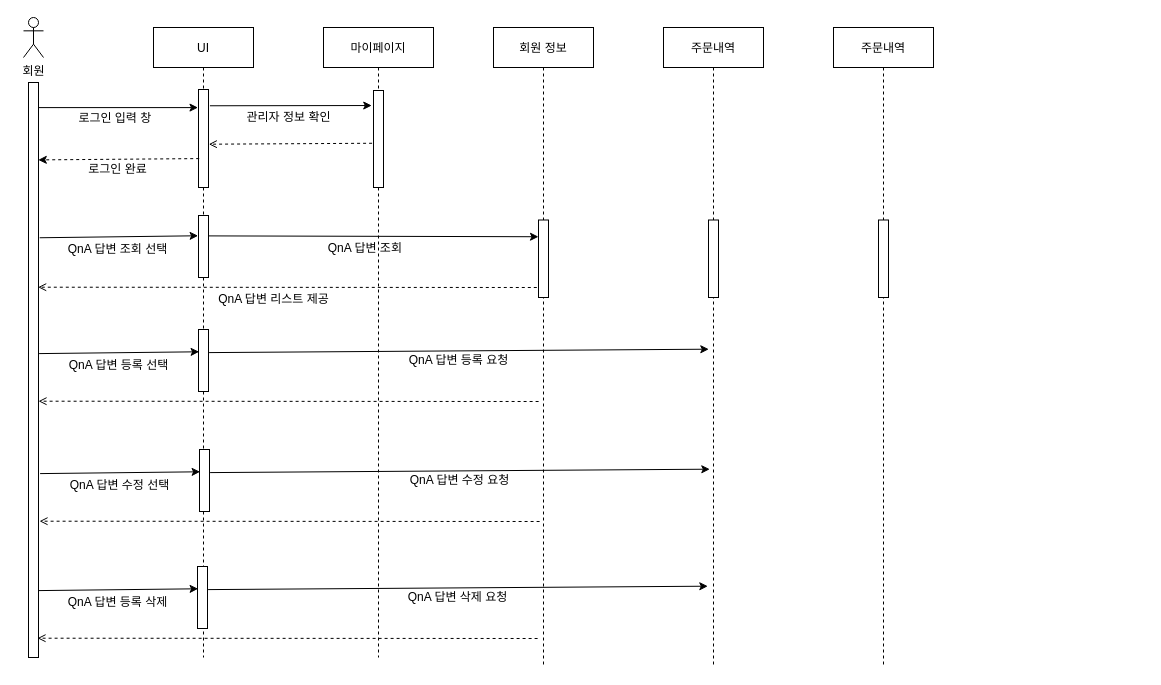
Earlier version of the draw.io diagram Untitled Diagram.drawio (itsdam/JAVA). Source tidied: cells renumbered, new cells numbered last; positions are measured from the earlier drawing's top-left corner, leaving out a move shared by most shapes. Both pictures are drawn from the tidied source at 100%, with x=0, y=0 at pixel (23, 17).
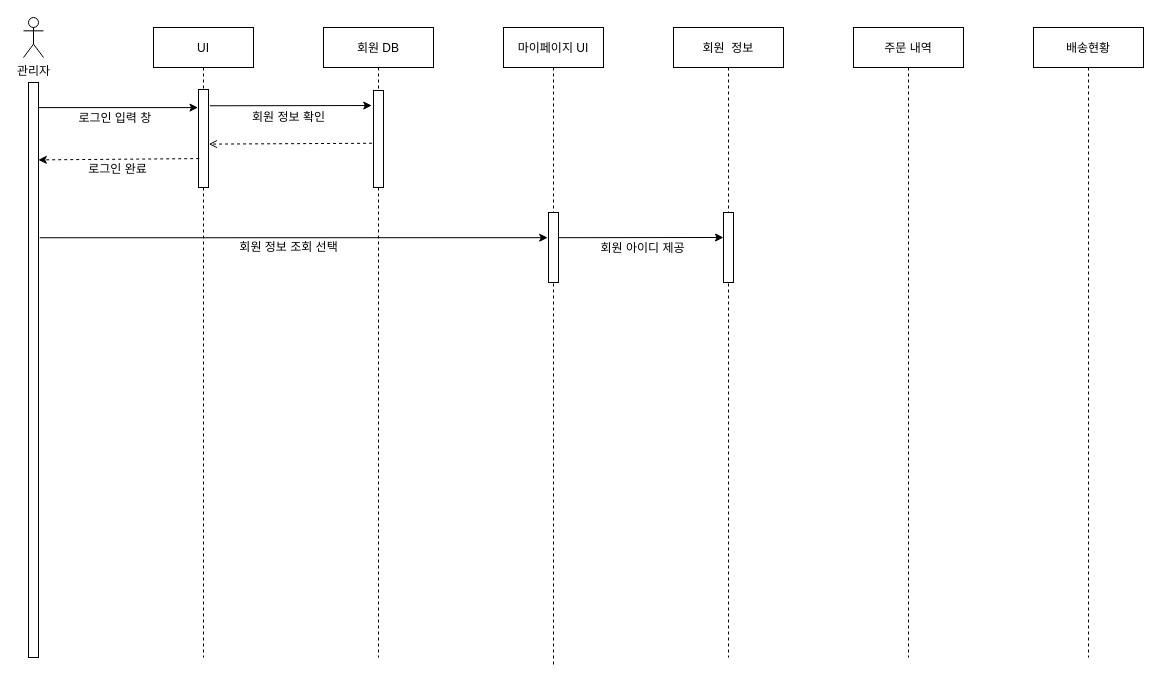
The same diagram, later.

Commit message:
사용자 마이페이지

The change refers to these unchanged cells:
```xml
<mxCell id="2" value="UI" style="shape=umlLifeline;perimeter=lifelinePerimeter;rounded=0;shadow=0;strokeWidth=1;" parent="1" vertex="1">
  <mxGeometry x="130" y="10" width="100" height="630" as="geometry" />
</mxCell>
<mxCell id="3" style="points=[];perimeter=orthogonalPerimeter;rounded=0;shadow=0;strokeWidth=1;" parent="2" vertex="1">
  <mxGeometry x="45" y="62" width="10" height="98" as="geometry" />
</mxCell>
```

What changed in the source:
```diff
@@
-    <mxCell id="5" style="points=[];perimeter=orthogonalPerimeter;rounded=0;shadow=0;strokeWidth=1;" parent="2" vertex="1">
-      <mxGeometry x="45" y="188" width="10" height="62" as="geometry" />
-    </mxCell>
+    <mxCell id="47" value="마이페이지 UI" style="shape=umlLifeline;perimeter=lifelinePerimeter;rounded=0;shadow=0;strokeWidth=1;" parent="1" vertex="1">
+      <mxGeometry x="480" y="10" width="100" height="640" as="geometry" />
+    </mxCell>
+    <mxCell id="48" style="points=[];perimeter=orthogonalPerimeter;rounded=0;shadow=0;strokeWidth=1;" parent="47" vertex="1">
+      <mxGeometry x="45" y="185" width="10" height="70" as="geometry" />
+    </mxCell>
+    <mxCell id="49" value="관리자" style="shape=umlActor;verticalLabelPosition=bottom;verticalAlign=top;html=1;" parent="1" vertex="1">
+      <mxGeometry width="20" height="40" as="geometry" />
+    </mxCell>
+    <mxCell id="50" style="endArrow=none;dashed=1;html=1;rounded=0;" parent="1" edge="1">
+      <mxGeometry relative="1" as="geometry">
+        <mxPoint x="10" y="400" as="sourcePoint" />
+        <mxPoint x="10" y="70" as="targetPoint" />
+      </mxGeometry>
+    </mxCell>
+    <mxCell id="10" style="points=[];perimeter=orthogonalPerimeter;rounded=0;shadow=0;strokeWidth=1;" parent="1" vertex="1">
+      <mxGeometry x="5" y="65" width="10" height="575" as="geometry" />
+    </mxCell>
+    <mxCell id="51" style="endArrow=classic;html=1;rounded=0;exitX=1.5;exitY=0.075;exitDx=0;exitDy=0;exitPerimeter=0;" parent="1" edge="1">
+      <mxGeometry relative="1" as="geometry">
+        <mxPoint x="15" y="90.1" as="sourcePoint" />
+        <mxPoint x="174.5" y="90.1" as="targetPoint" />
+      </mxGeometry>
+    </mxCell>
+    <mxCell id="52" value="회원 DB" style="shape=umlLifeline;perimeter=lifelinePerimeter;rounded=0;shadow=0;strokeWidth=1;" parent="1" vertex="1">
+      <mxGeometry x="300" y="10" width="110" height="630" as="geometry" />
+    </mxCell>
+    <mxCell id="13" style="points=[];perimeter=orthogonalPerimeter;rounded=0;shadow=0;strokeWidth=1;" parent="52" vertex="1">
+      <mxGeometry x="50" y="63" width="10" height="97" as="geometry" />
+    </mxCell>
+    <mxCell id="15" style="endArrow=classic;html=1;rounded=0;exitX=1.143;exitY=0.166;exitDx=0;exitDy=0;exitPerimeter=0;entryX=-0.177;entryY=0.155;entryDx=0;entryDy=0;entryPerimeter=0;" parent="1" edge="1" source="3" target="13">
+      <mxGeometry relative="1" as="geometry" />
+    </mxCell>
+    <mxCell id="53" value="회원 정보 확인" style="text;html=1;align=center;verticalAlign=middle;strokeColor=none;fillColor=none;" parent="1" vertex="1">
+      <mxGeometry x="220" y="90" width="90" height="20" as="geometry" />
+    </mxCell>
+    <mxCell id="54" style="endArrow=open;html=1;rounded=0;dashed=1;entryX=1.03;entryY=0.253;entryDx=0;entryDy=0;entryPerimeter=0;endFill=0;exitX=-0.141;exitY=0.544;exitDx=0;exitDy=0;exitPerimeter=0;" parent="1" edge="1" source="13">
+      <mxGeometry relative="1" as="geometry">
+        <mxPoint x="185.3" y="126.6" as="targetPoint" />
+      </mxGeometry>
+    </mxCell>
+    <mxCell id="55" style="endArrow=classic;html=1;rounded=0;exitX=0.065;exitY=0.242;exitDx=0;exitDy=0;exitPerimeter=0;entryX=0.975;entryY=0.234;entryDx=0;entryDy=0;entryPerimeter=0;dashed=1;endFill=1;" parent="1" edge="1">
+      <mxGeometry relative="1" as="geometry">
+        <mxPoint x="175.7" y="141.1" as="sourcePoint" />
+        <mxPoint x="14.8" y="142.4" as="targetPoint" />
+      </mxGeometry>
+    </mxCell>
+    <mxCell id="56" style="endArrow=classic;html=1;rounded=0;exitX=1.116;exitY=0.27;exitDx=0;exitDy=0;exitPerimeter=0;entryX=-0.08;entryY=0.36;entryDx=0;entryDy=0;entryPerimeter=0;" parent="1" edge="1" source="10" target="48">
+      <mxGeometry relative="1" as="geometry" />
+    </mxCell>
+    <mxCell id="57" value="회원 정보 조회 선택" style="text;html=1;align=center;verticalAlign=middle;strokeColor=none;fillColor=none;" parent="1" vertex="1">
+      <mxGeometry x="205" y="220" width="120" height="20" as="geometry" />
+    </mxCell>
+    <mxCell id="42" value="로그인 완료" style="text;html=1;align=center;verticalAlign=middle;strokeColor=none;fillColor=none;" parent="1" vertex="1">
+      <mxGeometry x="54" y="142" width="80" height="20" as="geometry" />
+    </mxCell>
-    <mxCell id="6" value="회원 정보" style="shape=umlLifeline;perimeter=lifelinePerimeter;rounded=0;shadow=0;strokeWidth=1;" parent="1" vertex="1">
-      <mxGeometry x="470" y="10" width="100" height="640" as="geometry" />
+    <mxCell id="6" value="회원  정보" style="shape=umlLifeline;perimeter=lifelinePerimeter;rounded=0;shadow=0;strokeWidth=1;" parent="1" vertex="1">
+      <mxGeometry x="650" y="10" width="110" height="630" as="geometry" />
     </mxCell>
-    <mxCell id="7" style="points=[];perimeter=orthogonalPerimeter;rounded=0;shadow=0;strokeWidth=1;" parent="6" vertex="1">
-      <mxGeometry x="45" y="192.5" width="10" height="77.5" as="geometry" />
-    </mxCell>
-    <mxCell id="8" value="회원" style="shape=umlActor;verticalLabelPosition=bottom;verticalAlign=top;html=1;" parent="1" vertex="1">
-      <mxGeometry width="20" height="40" as="geometry" />
-    </mxCell>
-    <mxCell id="9" style="endArrow=none;dashed=1;html=1;rounded=0;" parent="1" edge="1">
-      <mxGeometry relative="1" as="geometry">
-        <mxPoint x="10" y="400" as="sourcePoint" />
-        <mxPoint x="10" y="70" as="targetPoint" />
-      </mxGeometry>
-    </mxCell>
-    <mxCell id="10" style="points=[];perimeter=orthogonalPerimeter;rounded=0;shadow=0;strokeWidth=1;" parent="1" vertex="1">
-      <mxGeometry x="5" y="65" width="10" height="575" as="geometry" />
-    </mxCell>
-    <mxCell id="11" style="endArrow=classic;html=1;rounded=0;exitX=1.5;exitY=0.075;exitDx=0;exitDy=0;exitPerimeter=0;" parent="1" edge="1">
-      <mxGeometry relative="1" as="geometry">
-        <mxPoint x="15" y="90.1" as="sourcePoint" />
-        <mxPoint x="174.5" y="90.1" as="targetPoint" />
-      </mxGeometry>
-    </mxCell>
-    <mxCell id="12" value="마이페이지" style="shape=umlLifeline;perimeter=lifelinePerimeter;rounded=0;shadow=0;strokeWidth=1;" parent="1" vertex="1">
-      <mxGeometry x="300" y="10" width="110" height="630" as="geometry" />
-    </mxCell>
-    <mxCell id="13" style="points=[];perimeter=orthogonalPerimeter;rounded=0;shadow=0;strokeWidth=1;" parent="12" vertex="1">
-      <mxGeometry x="50" y="63" width="10" height="97" as="geometry" />
-    </mxCell>
-    <mxCell id="14" style="endArrow=open;html=1;rounded=0;exitX=0.024;exitY=0.873;exitDx=0;exitDy=0;exitPerimeter=0;entryX=1;entryY=0.563;entryDx=0;entryDy=0;entryPerimeter=0;dashed=1;endFill=0;" parent="12" edge="1">
-      <mxGeometry relative="1" as="geometry">
-        <mxPoint x="215.1" y="374" as="sourcePoint" />
-        <mxPoint x="-285" y="373.7" as="targetPoint" />
-      </mxGeometry>
-    </mxCell>
-    <mxCell id="15" style="endArrow=classic;html=1;rounded=0;exitX=1.143;exitY=0.166;exitDx=0;exitDy=0;exitPerimeter=0;entryX=-0.177;entryY=0.155;entryDx=0;entryDy=0;entryPerimeter=0;" parent="1" edge="1" source="3" target="13">
-      <mxGeometry relative="1" as="geometry" />
-    </mxCell>
-    <mxCell id="16" value="관리자 정보 확인" style="text;html=1;align=center;verticalAlign=middle;strokeColor=none;fillColor=none;" parent="1" vertex="1">
-      <mxGeometry x="210" y="90" width="110" height="20" as="geometry" />
-    </mxCell>
-    <mxCell id="17" style="endArrow=open;html=1;rounded=0;dashed=1;entryX=1.03;entryY=0.253;entryDx=0;entryDy=0;entryPerimeter=0;endFill=0;exitX=-0.141;exitY=0.544;exitDx=0;exitDy=0;exitPerimeter=0;" parent="1" edge="1" source="13">
-      <mxGeometry relative="1" as="geometry">
-        <mxPoint x="185.3" y="126.7" as="targetPoint" />
-      </mxGeometry>
-    </mxCell>
-    <mxCell id="18" style="endArrow=classic;html=1;rounded=0;exitX=0.065;exitY=0.242;exitDx=0;exitDy=0;exitPerimeter=0;entryX=0.975;entryY=0.234;entryDx=0;entryDy=0;entryPerimeter=0;dashed=1;endFill=1;" parent="1" edge="1">
-      <mxGeometry relative="1" as="geometry">
-        <mxPoint x="175.7" y="141.1" as="sourcePoint" />
-        <mxPoint x="14.8" y="142.4" as="targetPoint" />
-      </mxGeometry>
-    </mxCell>
-    <mxCell id="19" style="endArrow=classic;html=1;rounded=0;entryX=-0.038;entryY=0.327;entryDx=0;entryDy=0;entryPerimeter=0;exitX=1.116;exitY=0.27;exitDx=0;exitDy=0;exitPerimeter=0;" parent="1" edge="1" source="10" target="5">
-      <mxGeometry relative="1" as="geometry" />
-    </mxCell>
-    <mxCell id="20" value="QnA 답변 조회 선택" style="text;html=1;align=center;verticalAlign=middle;strokeColor=none;fillColor=none;" parent="1" vertex="1">
-      <mxGeometry x="34" y="222" width="120" height="20" as="geometry" />
-    </mxCell>
-    <mxCell id="21" style="endArrow=classic;html=1;rounded=0;exitX=0.993;exitY=0.329;exitDx=0;exitDy=0;exitPerimeter=0;entryX=-0.001;entryY=0.216;entryDx=0;entryDy=0;entryPerimeter=0;" parent="1" edge="1" source="5" target="7">
-      <mxGeometry relative="1" as="geometry" />
-    </mxCell>
-    <mxCell id="22" value="QnA 답변 조회&amp;nbsp;" style="text;html=1;align=center;verticalAlign=middle;strokeColor=none;fillColor=none;" parent="1" vertex="1">
-      <mxGeometry x="293" y="221" width="100" height="20" as="geometry" />
-    </mxCell>
-    <mxCell id="23" style="endArrow=open;html=1;rounded=0;dashed=1;endFill=0;exitX=-0.141;exitY=0.544;exitDx=0;exitDy=0;exitPerimeter=0;entryX=0.963;entryY=0.356;entryDx=0;entryDy=0;entryPerimeter=0;" parent="1" edge="1" target="10">
-      <mxGeometry relative="1" as="geometry">
-        <mxPoint x="513.3" y="270" as="sourcePoint" />
-      </mxGeometry>
-    </mxCell>
-    <mxCell id="24" style="endArrow=classic;html=1;rounded=0;entryX=-0.038;entryY=0.327;entryDx=0;entryDy=0;entryPerimeter=0;exitX=0.962;exitY=0.463;exitDx=0;exitDy=0;exitPerimeter=0;" parent="1" edge="1">
-      <mxGeometry relative="1" as="geometry">
-        <mxPoint x="15.6" y="336.1" as="sourcePoint" />
-        <mxPoint x="175.6" y="334.3" as="targetPoint" />
-      </mxGeometry>
-    </mxCell>
-    <mxCell id="25" value="QnA 답변 등록 선택" style="text;html=1;align=center;verticalAlign=middle;strokeColor=none;fillColor=none;" parent="1" vertex="1">
-      <mxGeometry x="35" y="338" width="120" height="20" as="geometry" />
-    </mxCell>
-    <mxCell id="26" style="perimeter=orthogonalPerimeter;rounded=0;shadow=0;strokeWidth=1;" parent="1" vertex="1">
-      <mxGeometry x="175" y="312" width="10" height="62" as="geometry" />
-    </mxCell>
-    <mxCell id="27" value="QnA 답변 리스트 제공" style="text;html=1;align=center;verticalAlign=middle;strokeColor=none;fillColor=none;" parent="1" vertex="1">
-      <mxGeometry x="185" y="272" width="130" height="20" as="geometry" />
-    </mxCell>
-    <mxCell id="28" style="endArrow=classic;html=1;rounded=0;exitX=0.962;exitY=0.463;exitDx=0;exitDy=0;exitPerimeter=0;entryX=0.033;entryY=0.318;entryDx=0;entryDy=0;entryPerimeter=0;" parent="1" edge="1">
-      <mxGeometry relative="1" as="geometry">
-        <mxPoint x="185.6" y="335.1" as="sourcePoint" />
-        <mxPoint x="685.3" y="331.7" as="targetPoint" />
-      </mxGeometry>
-    </mxCell>
-    <mxCell id="29" value="QnA 답변 등록 요청" style="text;html=1;align=center;verticalAlign=middle;strokeColor=none;fillColor=none;" parent="1" vertex="1">
-      <mxGeometry x="375" y="333" width="120" height="20" as="geometry" />
-    </mxCell>
-    <mxCell id="30" style="endArrow=open;html=1;rounded=0;exitX=0.024;exitY=0.873;exitDx=0;exitDy=0;exitPerimeter=0;entryX=1;entryY=0.563;entryDx=0;entryDy=0;entryPerimeter=0;dashed=1;endFill=0;" parent="1" edge="1">
-      <mxGeometry relative="1" as="geometry">
-        <mxPoint x="516.1" y="504" as="sourcePoint" />
-        <mxPoint x="16" y="503.7" as="targetPoint" />
-      </mxGeometry>
-    </mxCell>
-    <mxCell id="31" style="endArrow=classic;html=1;rounded=0;entryX=-0.038;entryY=0.327;entryDx=0;entryDy=0;entryPerimeter=0;exitX=0.962;exitY=0.463;exitDx=0;exitDy=0;exitPerimeter=0;" parent="1" edge="1">
-      <mxGeometry relative="1" as="geometry">
-        <mxPoint x="16.6" y="456.1" as="sourcePoint" />
-        <mxPoint x="176.6" y="454.3" as="targetPoint" />
-      </mxGeometry>
-    </mxCell>
-    <mxCell id="32" value="QnA 답변 수정 선택" style="text;html=1;align=center;verticalAlign=middle;strokeColor=none;fillColor=none;" parent="1" vertex="1">
-      <mxGeometry x="36" y="458" width="120" height="20" as="geometry" />
-    </mxCell>
-    <mxCell id="33" style="perimeter=orthogonalPerimeter;rounded=0;shadow=0;strokeWidth=1;" parent="1" vertex="1">
-      <mxGeometry x="176" y="432" width="10" height="62" as="geometry" />
-    </mxCell>
-    <mxCell id="34" style="endArrow=classic;html=1;rounded=0;exitX=0.962;exitY=0.463;exitDx=0;exitDy=0;exitPerimeter=0;entryX=0.033;entryY=0.318;entryDx=0;entryDy=0;entryPerimeter=0;" parent="1" edge="1">
-      <mxGeometry relative="1" as="geometry">
-        <mxPoint x="186.6" y="455.1" as="sourcePoint" />
-        <mxPoint x="686.3" y="451.7" as="targetPoint" />
-      </mxGeometry>
-    </mxCell>
-    <mxCell id="35" value="QnA 답변 수정 요청" style="text;html=1;align=center;verticalAlign=middle;strokeColor=none;fillColor=none;" parent="1" vertex="1">
-      <mxGeometry x="376" y="453" width="120" height="20" as="geometry" />
-    </mxCell>
-    <mxCell id="36" style="endArrow=open;html=1;rounded=0;exitX=0.024;exitY=0.873;exitDx=0;exitDy=0;exitPerimeter=0;entryX=1;entryY=0.563;entryDx=0;entryDy=0;entryPerimeter=0;dashed=1;endFill=0;" parent="1" edge="1">
-      <mxGeometry relative="1" as="geometry">
-        <mxPoint x="514.1" y="621" as="sourcePoint" />
-        <mxPoint x="14" y="620.7" as="targetPoint" />
-      </mxGeometry>
-    </mxCell>
-    <mxCell id="37" style="endArrow=classic;html=1;rounded=0;entryX=-0.038;entryY=0.327;entryDx=0;entryDy=0;entryPerimeter=0;exitX=0.962;exitY=0.463;exitDx=0;exitDy=0;exitPerimeter=0;" parent="1" edge="1">
-      <mxGeometry relative="1" as="geometry">
-        <mxPoint x="14.6" y="573.1" as="sourcePoint" />
-        <mxPoint x="174.6" y="571.3" as="targetPoint" />
-      </mxGeometry>
-    </mxCell>
-    <mxCell id="38" value="QnA 답변 등록 삭제" style="text;html=1;align=center;verticalAlign=middle;strokeColor=none;fillColor=none;" parent="1" vertex="1">
-      <mxGeometry x="34" y="575" width="120" height="20" as="geometry" />
-    </mxCell>
-    <mxCell id="39" style="perimeter=orthogonalPerimeter;rounded=0;shadow=0;strokeWidth=1;" parent="1" vertex="1">
-      <mxGeometry x="174" y="549" width="10" height="62" as="geometry" />
-    </mxCell>
-    <mxCell id="40" style="endArrow=classic;html=1;rounded=0;exitX=0.962;exitY=0.463;exitDx=0;exitDy=0;exitPerimeter=0;entryX=0.033;entryY=0.318;entryDx=0;entryDy=0;entryPerimeter=0;" parent="1" edge="1">
-      <mxGeometry relative="1" as="geometry">
-        <mxPoint x="184.6" y="572.1" as="sourcePoint" />
-        <mxPoint x="684.3" y="568.7" as="targetPoint" />
-      </mxGeometry>
-    </mxCell>
-    <mxCell id="41" value="QnA 답변 삭제 요청" style="text;html=1;align=center;verticalAlign=middle;strokeColor=none;fillColor=none;" parent="1" vertex="1">
-      <mxGeometry x="374" y="570" width="120" height="20" as="geometry" />
-    </mxCell>
-    <mxCell id="42" value="로그인 완료" style="text;html=1;align=center;verticalAlign=middle;strokeColor=none;fillColor=none;" parent="1" vertex="1">
-      <mxGeometry x="54" y="142" width="80" height="20" as="geometry" />
-    </mxCell>
-    <mxCell id="43" value="주문내역" style="shape=umlLifeline;perimeter=lifelinePerimeter;rounded=0;shadow=0;strokeWidth=1;" parent="1" vertex="1">
-      <mxGeometry x="640" y="10" width="100" height="640" as="geometry" />
-    </mxCell>
-    <mxCell id="44" style="perimeter=orthogonalPerimeter;rounded=0;shadow=0;strokeWidth=1;" parent="43" vertex="1">
-      <mxGeometry x="45" y="192.5" width="10" height="77.5" as="geometry" />
-    </mxCell>
-    <mxCell id="45" value="주문내역" style="shape=umlLifeline;perimeter=lifelinePerimeter;rounded=0;shadow=0;strokeWidth=1;" parent="1" vertex="1">
-      <mxGeometry x="810" y="10" width="100" height="640" as="geometry" />
-    </mxCell>
-    <mxCell id="46" style="perimeter=orthogonalPerimeter;rounded=0;shadow=0;strokeWidth=1;" parent="45" vertex="1">
-      <mxGeometry x="45" y="192.5" width="10" height="77.5" as="geometry" />
-    </mxCell>
+    <mxCell id="58" style="perimeter=orthogonalPerimeter;rounded=0;shadow=0;strokeWidth=1;" parent="6" vertex="1">
+      <mxGeometry x="50" y="185" width="10" height="70" as="geometry" />
+    </mxCell>
+    <mxCell id="59" style="endArrow=classic;html=1;rounded=0;entryX=-0.177;entryY=0.155;entryDx=0;entryDy=0;entryPerimeter=0;exitX=1.022;exitY=0.36;exitDx=0;exitDy=0;exitPerimeter=0;" parent="6" edge="1" source="48">
+      <mxGeometry relative="1" as="geometry">
+        <mxPoint x="50" y="210" as="targetPoint" />
+      </mxGeometry>
+    </mxCell>
+    <mxCell id="60" value="주문 내역" style="shape=umlLifeline;perimeter=lifelinePerimeter;rounded=0;shadow=0;strokeWidth=1;" parent="1" vertex="1">
+      <mxGeometry x="830" y="10" width="110" height="630" as="geometry" />
+    </mxCell>
+    <mxCell id="61" value="배송현황" style="shape=umlLifeline;perimeter=lifelinePerimeter;rounded=0;shadow=0;strokeWidth=1;" parent="1" vertex="1">
+      <mxGeometry x="1010" y="10" width="110" height="630" as="geometry" />
+    </mxCell>
+    <mxCell id="62" value="회원 아이디 제공" style="text;html=1;align=center;verticalAlign=middle;strokeColor=none;fillColor=none;" parent="1" vertex="1">
+      <mxGeometry x="564" y="221" width="110" height="20" as="geometry" />
+    </mxCell>
```
